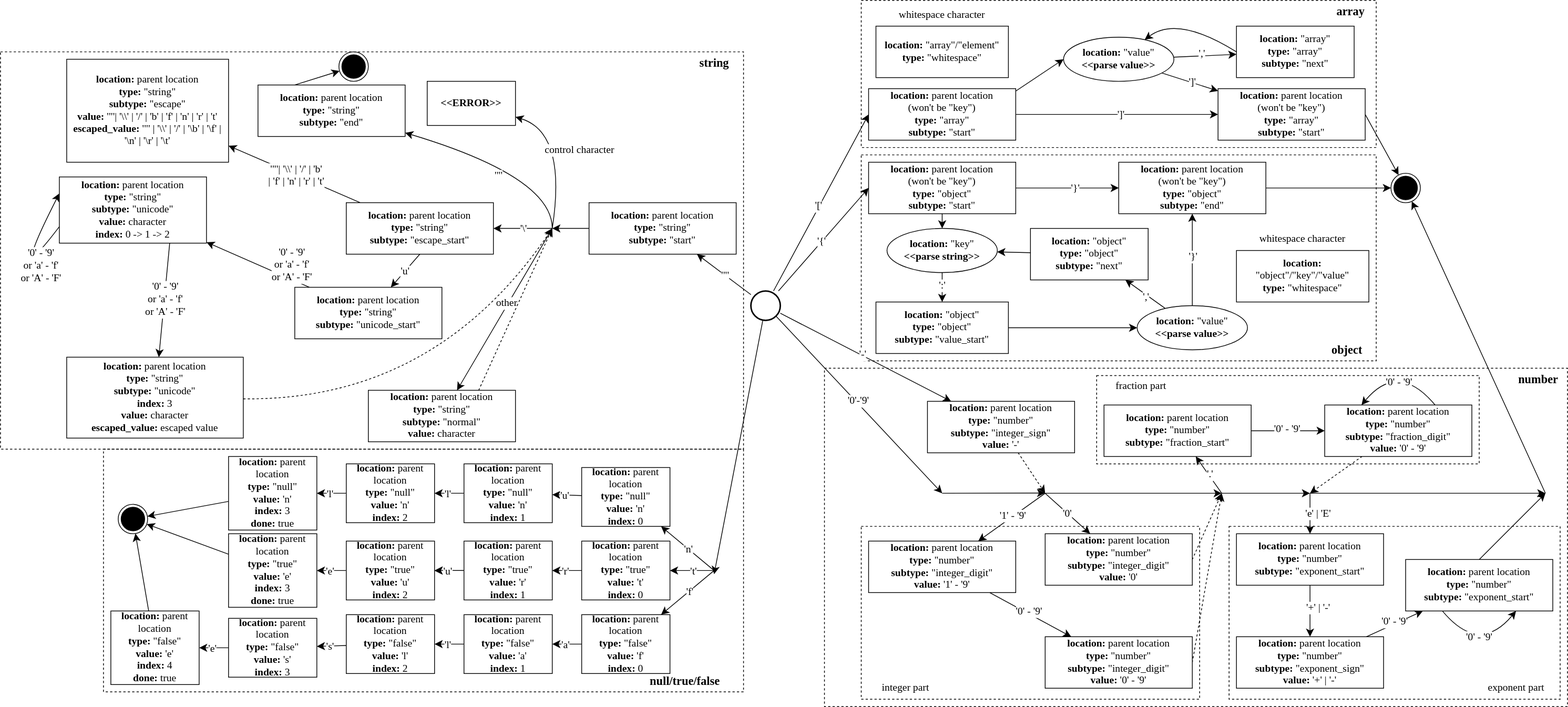
This is doc/stream_token/assets/merged.svg from DreamPast/efjson, a draw.io export, as it was before one commit. Source tidied: cells renumbered, new cells last; positions are measured from the earlier drawing's top-left corner, leaving out a move shared by most shapes.
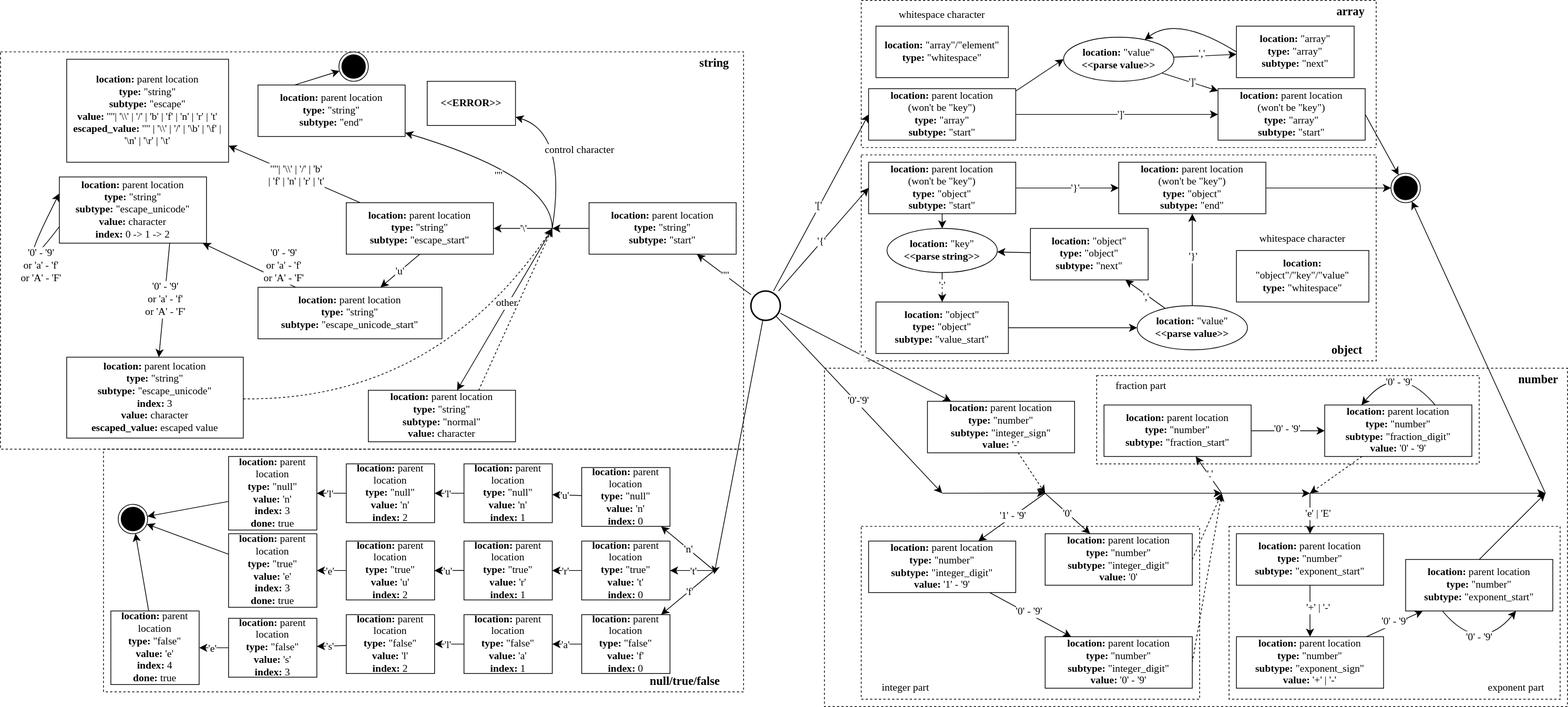
After the commit.

The edit, as a diff of the source:
```diff
@@ -265,8 +265,8 @@
         <mxPoint x="45" y="-1" as="offset" />
       </mxGeometry>
     </mxCell>
-    <mxCell id="77" value="&lt;b&gt;location:&lt;/b&gt; parent location&lt;div&gt;&lt;div&gt;&lt;span style=&quot;background-color: transparent; color: light-dark(rgb(0, 0, 0), rgb(255, 255, 255));&quot;&gt;&lt;b&gt;type:&lt;/b&gt; &quot;string&quot;&lt;/span&gt;&lt;div&gt;&lt;b&gt;subtype:&lt;/b&gt; &quot;unicode_start&quot;&lt;/div&gt;&lt;/div&gt;&lt;/div&gt;" style="rounded=0;whiteSpace=wrap;html=1;fontSize=14;fontFamily=Consolas;" parent="1" vertex="1">
-      <mxGeometry x="400" y="390" width="200" height="70" as="geometry" />
+    <mxCell id="77" value="&lt;b&gt;location:&lt;/b&gt; parent location&lt;div&gt;&lt;div&gt;&lt;span style=&quot;background-color: transparent; color: light-dark(rgb(0, 0, 0), rgb(255, 255, 255));&quot;&gt;&lt;b&gt;type:&lt;/b&gt; &quot;string&quot;&lt;/span&gt;&lt;div&gt;&lt;b&gt;subtype:&lt;/b&gt; &quot;escape_unicode_start&quot;&lt;/div&gt;&lt;/div&gt;&lt;/div&gt;" style="rounded=0;whiteSpace=wrap;html=1;fontSize=14;fontFamily=Consolas;" parent="1" vertex="1">
+      <mxGeometry x="350" y="390" width="250" height="70" as="geometry" />
     </mxCell>
     <mxCell id="78" style="edgeStyle=none;curved=1;rounded=0;jettySize=auto;html=1;fontSize=14;startSize=8;endSize=8;fontFamily=Consolas;exitX=0.75;exitY=1;exitDx=0;exitDy=0;" parent="1" edge="1" source="82" target="83">
       <mxGeometry relative="1" as="geometry" />
@@ -286,10 +286,10 @@
         <mxPoint x="37" y="7" as="offset" />
       </mxGeometry>
     </mxCell>
-    <mxCell id="82" value="&lt;b&gt;location:&lt;/b&gt; parent location&lt;div&gt;&lt;div&gt;&lt;span style=&quot;background-color: transparent; color: light-dark(rgb(0, 0, 0), rgb(255, 255, 255));&quot;&gt;&lt;b&gt;type:&lt;/b&gt; &quot;string&quot;&lt;/span&gt;&lt;div&gt;&lt;b&gt;subtype:&lt;/b&gt; &quot;unicode&quot;&lt;/div&gt;&lt;/div&gt;&lt;/div&gt;&lt;div&gt;&lt;b&gt;value:&lt;/b&gt; character&lt;/div&gt;&lt;div&gt;&lt;b&gt;index:&lt;/b&gt;&amp;nbsp;0 -&amp;gt; 1 -&amp;gt; 2&lt;/div&gt;" style="rounded=0;whiteSpace=wrap;html=1;fontSize=14;fontFamily=Consolas;" parent="1" vertex="1">
+    <mxCell id="82" value="&lt;b&gt;location:&lt;/b&gt; parent location&lt;div&gt;&lt;div&gt;&lt;span style=&quot;background-color: transparent; color: light-dark(rgb(0, 0, 0), rgb(255, 255, 255));&quot;&gt;&lt;b&gt;type:&lt;/b&gt; &quot;string&quot;&lt;/span&gt;&lt;div&gt;&lt;b&gt;subtype:&lt;/b&gt; &quot;escape_unicode&quot;&lt;/div&gt;&lt;/div&gt;&lt;/div&gt;&lt;div&gt;&lt;b&gt;value:&lt;/b&gt; character&lt;/div&gt;&lt;div&gt;&lt;b&gt;index:&lt;/b&gt;&amp;nbsp;0 -&amp;gt; 1 -&amp;gt; 2&lt;/div&gt;" style="rounded=0;whiteSpace=wrap;html=1;fontSize=14;fontFamily=Consolas;" parent="1" vertex="1">
       <mxGeometry x="80" y="240" width="200" height="90" as="geometry" />
     </mxCell>
-    <mxCell id="83" value="&lt;b&gt;location:&lt;/b&gt; parent location&lt;div&gt;&lt;div&gt;&lt;span style=&quot;background-color: transparent; color: light-dark(rgb(0, 0, 0), rgb(255, 255, 255));&quot;&gt;&lt;b&gt;type:&lt;/b&gt; &quot;string&quot;&lt;/span&gt;&lt;div&gt;&lt;b&gt;subtype:&lt;/b&gt; &quot;unicode&quot;&lt;/div&gt;&lt;/div&gt;&lt;/div&gt;&lt;div&gt;&lt;b&gt;index:&lt;/b&gt; 3&lt;/div&gt;&lt;div&gt;&lt;b&gt;value:&lt;/b&gt;&amp;nbsp;&lt;span style=&quot;background-color: transparent; color: light-dark(rgb(0, 0, 0), rgb(255, 255, 255));&quot;&gt;character&lt;/span&gt;&lt;/div&gt;&lt;div&gt;&lt;b&gt;escaped_value:&lt;/b&gt; escaped value&lt;/div&gt;" style="rounded=0;whiteSpace=wrap;html=1;fontSize=14;fontFamily=Consolas;" parent="1" vertex="1">
+    <mxCell id="83" value="&lt;b&gt;location:&lt;/b&gt; parent location&lt;div&gt;&lt;div&gt;&lt;span style=&quot;background-color: transparent; color: light-dark(rgb(0, 0, 0), rgb(255, 255, 255));&quot;&gt;&lt;b&gt;type:&lt;/b&gt; &quot;string&quot;&lt;/span&gt;&lt;div&gt;&lt;b&gt;subtype:&lt;/b&gt; &quot;escape_unicode&quot;&lt;/div&gt;&lt;/div&gt;&lt;/div&gt;&lt;div&gt;&lt;b&gt;index:&lt;/b&gt; 3&lt;/div&gt;&lt;div&gt;&lt;b&gt;value:&lt;/b&gt;&amp;nbsp;&lt;span style=&quot;background-color: transparent; color: light-dark(rgb(0, 0, 0), rgb(255, 255, 255));&quot;&gt;character&lt;/span&gt;&lt;/div&gt;&lt;div&gt;&lt;b&gt;escaped_value:&lt;/b&gt; escaped value&lt;/div&gt;" style="rounded=0;whiteSpace=wrap;html=1;fontSize=14;fontFamily=Consolas;" parent="1" vertex="1">
       <mxGeometry x="90" y="485" width="240" height="110" as="geometry" />
     </mxCell>
     <mxCell id="84" style="edgeStyle=none;curved=1;rounded=0;jettySize=auto;html=1;fontSize=14;startSize=8;endSize=8;dashed=1;fontFamily=Consolas;" parent="1" edge="1" source="83">
```
